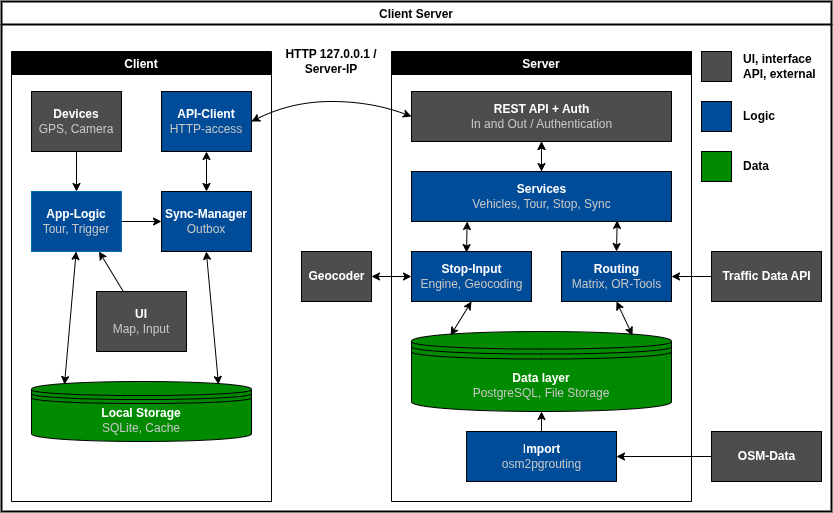
The draw.io diagram docs/architecture/server-client.png in gabrielbindi/VoBi-Tour, before a commit. Source tidied: cells renumbered, new cells last; positions are measured from the earlier drawing's top-left corner, leaving out a move shared by most shapes.
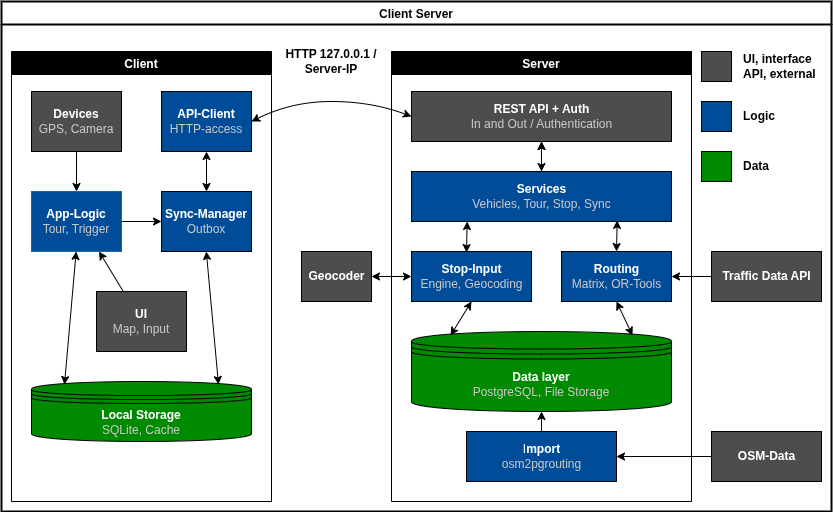
The same file after the commit.

The edit, as a diff of the source:
```diff
@@ -2,125 +2,139 @@
   <root>
     <mxCell id="0" />
     <mxCell id="1" parent="0" />
-    <mxCell id="2" value="Client (QT/QML)" style="swimlane;rounded=0;strokeWidth=2;swimlaneLine=1;strokeColor=#000000;" parent="1" vertex="1">
-      <mxGeometry width="830" height="670" as="geometry" />
+    <mxCell id="2" value="Client (QT/QML)" style="swimlane;rounded=0;strokeWidth=2;swimlaneLine=1;strokeColor=#000000;swimlaneFillColor=#FFFFFF;" parent="1" vertex="1">
+      <mxGeometry width="830" height="650" as="geometry" />
     </mxCell>
     <mxCell id="3" style="whiteSpace=wrap;html=1;fillColor=#4D4D4D;" parent="2" vertex="1">
-      <mxGeometry x="660" y="50" width="30" height="30" as="geometry" />
+      <mxGeometry x="680" y="41" width="30" height="30" as="geometry" />
     </mxCell>
     <mxCell id="4" style="whiteSpace=wrap;html=1;fillColor=#004C99;" parent="2" vertex="1">
-      <mxGeometry x="660" y="100" width="30" height="30" as="geometry" />
+      <mxGeometry x="680" y="91" width="30" height="30" as="geometry" />
     </mxCell>
     <mxCell id="5" style="whiteSpace=wrap;html=1;fillColor=#008A00;" parent="2" vertex="1">
-      <mxGeometry x="660" y="150" width="30" height="30" as="geometry" />
+      <mxGeometry x="680" y="141" width="30" height="30" as="geometry" />
     </mxCell>
     <mxCell id="6" value="&lt;b&gt;UI, interface API, external&lt;/b&gt;" style="text;html=1;strokeColor=none;fillColor=none;align=left;verticalAlign=middle;whiteSpace=wrap;rounded=0;fontColor=#000000;" parent="2" vertex="1">
-      <mxGeometry x="700" y="50" width="140" height="30" as="geometry" />
+      <mxGeometry x="715" y="41" width="110" height="30" as="geometry" />
     </mxCell>
     <mxCell id="7" value="&lt;b&gt;Logic&lt;/b&gt;" style="text;html=1;strokeColor=none;fillColor=none;align=left;verticalAlign=middle;whiteSpace=wrap;rounded=0;fontColor=#000000;" parent="2" vertex="1">
-      <mxGeometry x="700" y="100" width="140" height="30" as="geometry" />
+      <mxGeometry x="715" y="91" width="115" height="30" as="geometry" />
     </mxCell>
     <mxCell id="8" value="&lt;b&gt;Data&lt;/b&gt;" style="text;html=1;strokeColor=none;fillColor=none;align=left;verticalAlign=middle;whiteSpace=wrap;rounded=0;fontColor=#000000;" parent="2" vertex="1">
-      <mxGeometry x="700" y="150" width="140" height="30" as="geometry" />
+      <mxGeometry x="715" y="141" width="115" height="30" as="geometry" />
     </mxCell>
-    <mxCell id="9" value="UI-Layer" style="swimlane;strokeColor=#000000;" parent="2" vertex="1">
-      <mxGeometry x="20" y="40" width="620" height="100" as="geometry" />
+    <mxCell id="9" value="UI-Layer/Devices" style="swimlane;strokeColor=#000000;" parent="2" vertex="1">
+      <mxGeometry x="20" y="41" width="640" height="109" as="geometry" />
     </mxCell>
-    <mxCell id="10" value="&lt;font color=&quot;#ffffff&quot;&gt;&lt;b&gt;Map&lt;/b&gt;&lt;/font&gt;" style="rounded=0;whiteSpace=wrap;html=1;fillColor=#4D4D4D;" parent="9" vertex="1">
-      <mxGeometry x="15" y="39" width="105" height="41" as="geometry" />
+    <mxCell id="10" value="&lt;font style=&quot;font-weight: bold;&quot; color=&quot;#ffffff&quot;&gt;Stop-Input&lt;/font&gt;&lt;br&gt;&lt;font style=&quot;&quot; color=&quot;#c7c7c7&quot;&gt;Picture, manuall&lt;/font&gt;" style="rounded=0;whiteSpace=wrap;html=1;fillColor=#4D4D4D;" parent="9" vertex="1">
+      <mxGeometry x="20" y="39" width="120" height="50" as="geometry" />
     </mxCell>
-    <mxCell id="11" value="&lt;font color=&quot;#ffffff&quot;&gt;&lt;b&gt;Navigation&lt;/b&gt;&lt;/font&gt;" style="rounded=0;whiteSpace=wrap;html=1;fillColor=#4D4D4D;" parent="9" vertex="1">
-      <mxGeometry x="140" y="39" width="105" height="41" as="geometry" />
-    </mxCell>
-    <mxCell id="12" value="&lt;font color=&quot;#ffffff&quot;&gt;&lt;b&gt;Stopp-Input&lt;/b&gt;&lt;/font&gt;" style="rounded=0;whiteSpace=wrap;html=1;fillColor=#4D4D4D;" parent="9" vertex="1">
-      <mxGeometry x="260" y="39" width="105" height="41" as="geometry" />
-    </mxCell>
-    <mxCell id="13" value="&lt;font color=&quot;#ffffff&quot;&gt;&lt;b&gt;Tourlist&lt;/b&gt;&lt;/font&gt;" style="rounded=0;whiteSpace=wrap;html=1;fillColor=#4D4D4D;" parent="9" vertex="1">
-      <mxGeometry x="380" y="39" width="105" height="41" as="geometry" />
-    </mxCell>
-    <mxCell id="14" value="&lt;font color=&quot;#ffffff&quot;&gt;&lt;b&gt;Tourlist&lt;/b&gt;&lt;/font&gt;" style="rounded=0;whiteSpace=wrap;html=1;fillColor=#4D4D4D;" parent="9" vertex="1">
-      <mxGeometry x="500" y="39" width="105" height="41" as="geometry" />
-    </mxCell>
+    <mxCell id="40" value="&lt;font color=&quot;#ffffff&quot;&gt;&lt;b&gt;UI&lt;/b&gt;&lt;/font&gt;&lt;br&gt;&lt;font color=&quot;#c7c7c7&quot;&gt;Map, Tourlist&lt;/font&gt;" style="rounded=0;whiteSpace=wrap;html=1;fillColor=#4D4D4D;" parent="9" vertex="1">
+      <mxGeometry x="180" y="39" width="120" height="50" as="geometry" />
+    </mxCell>
+    <mxCell id="41" value="&lt;font color=&quot;#ffffff&quot;&gt;&lt;b&gt;GPS&lt;br&gt;&lt;/b&gt;&lt;/font&gt;&lt;font color=&quot;#c7c7c7&quot;&gt;Position&lt;/font&gt;" style="rounded=0;whiteSpace=wrap;html=1;fillColor=#4D4D4D;" parent="9" vertex="1">
+      <mxGeometry x="340" y="39" width="120" height="50" as="geometry" />
+    </mxCell>
     <mxCell id="15" value="App-Logic" style="swimlane;strokeColor=#000000;" parent="2" vertex="1">
-      <mxGeometry x="20" y="180" width="620" height="180" as="geometry" />
+      <mxGeometry x="20" y="180" width="640" height="210" as="geometry" />
     </mxCell>
+    <mxCell id="42" style="edgeStyle=none;html=1;strokeColor=#000000;fontColor=#C7C7C7;" parent="15" edge="1" source="16" target="19">
+      <mxGeometry relative="1" as="geometry" />
+    </mxCell>
     <mxCell id="16" value="&lt;font style=&quot;font-weight: bold;&quot; color=&quot;#ffffff&quot;&gt;Tour-Controller&lt;/font&gt;&lt;br&gt;&lt;font style=&quot;&quot; color=&quot;#c7c7c7&quot;&gt;next stop&lt;/font&gt;" style="rounded=0;whiteSpace=wrap;html=1;fillColor=#004C99;" parent="15" vertex="1">
-      <mxGeometry x="15" y="39" width="115" height="51" as="geometry" />
+      <mxGeometry x="180" y="50" width="120" height="51" as="geometry" />
     </mxCell>
+    <mxCell id="43" style="edgeStyle=none;html=1;strokeColor=#000000;fontColor=#C7C7C7;" parent="15" edge="1" source="17" target="16">
+      <mxGeometry relative="1" as="geometry" />
+    </mxCell>
     <mxCell id="17" value="&lt;font style=&quot;font-weight: bold;&quot; color=&quot;#ffffff&quot;&gt;Stop-Controller&lt;/font&gt;&lt;br&gt;&lt;font color=&quot;#c7c7c7&quot;&gt;Pictures, PDF, manuall&lt;/font&gt;" style="rounded=0;whiteSpace=wrap;html=1;fillColor=#004C99;" parent="15" vertex="1">
-      <mxGeometry x="150" y="39" width="115" height="51" as="geometry" />
+      <mxGeometry x="20" y="50" width="120" height="51" as="geometry" />
     </mxCell>
     <mxCell id="18" style="edgeStyle=none;html=1;strokeColor=#000000;fontColor=#C7C7C7;" parent="15" edge="1" source="19" target="21">
       <mxGeometry relative="1" as="geometry" />
     </mxCell>
     <mxCell id="19" value="&lt;font style=&quot;font-weight: bold;&quot; color=&quot;#ffffff&quot;&gt;Snapping&lt;/font&gt;&lt;br&gt;&lt;font style=&quot;&quot; color=&quot;#c7c7c7&quot;&gt;GPS on Route&lt;/font&gt;" style="rounded=0;whiteSpace=wrap;html=1;fillColor=#004C99;" parent="15" vertex="1">
-      <mxGeometry x="15" y="110" width="115" height="51" as="geometry" />
+      <mxGeometry x="340" y="50" width="120" height="51" as="geometry" />
     </mxCell>
     <mxCell id="20" style="edgeStyle=none;html=1;strokeColor=#000000;fontColor=#C7C7C7;" parent="15" edge="1" source="21" target="22">
       <mxGeometry relative="1" as="geometry" />
     </mxCell>
-    <mxCell id="21" value="&lt;font color=&quot;#ffffff&quot;&gt;&lt;b&gt;deviation&lt;/b&gt;&lt;/font&gt;&lt;br&gt;&lt;font color=&quot;#c7c7c7&quot;&gt;Threshold, Timer&lt;/font&gt;" style="rounded=0;whiteSpace=wrap;html=1;fillColor=#004C99;" parent="15" vertex="1">
-      <mxGeometry x="150" y="110" width="115" height="51" as="geometry" />
+    <mxCell id="21" value="&lt;font color=&quot;#ffffff&quot;&gt;&lt;b&gt;Deviation&lt;/b&gt;&lt;/font&gt;&lt;br&gt;&lt;font color=&quot;#c7c7c7&quot;&gt;Threshold, Timer&lt;/font&gt;" style="rounded=0;whiteSpace=wrap;html=1;fillColor=#004C99;" parent="15" vertex="1">
+      <mxGeometry x="500" y="50" width="120" height="51" as="geometry" />
     </mxCell>
-    <mxCell id="22" value="&lt;font color=&quot;#ffffff&quot;&gt;&lt;b&gt;recalculation&lt;/b&gt;&lt;/font&gt;&lt;br&gt;&lt;font color=&quot;#c7c7c7&quot;&gt;Trigger + throttling&lt;/font&gt;" style="rounded=0;whiteSpace=wrap;html=1;fillColor=#004C99;" parent="15" vertex="1">
-      <mxGeometry x="280" y="110" width="115" height="51" as="geometry" />
+    <mxCell id="22" value="&lt;font color=&quot;#ffffff&quot;&gt;&lt;b&gt;Recalculation&lt;/b&gt;&lt;/font&gt;&lt;br&gt;&lt;font color=&quot;#c7c7c7&quot;&gt;Trigger + throttling&lt;/font&gt;" style="rounded=0;whiteSpace=wrap;html=1;fillColor=#004C99;" parent="15" vertex="1">
+      <mxGeometry x="500" y="140" width="120" height="51" as="geometry" />
     </mxCell>
-    <mxCell id="23" style="endArrow=classic;startArrow=classic;html=1;strokeColor=#000000;entryX=0.5;entryY=1;entryDx=0;entryDy=0;exitX=0.5;exitY=0;exitDx=0;exitDy=0;" parent="2" edge="1" source="15" target="9">
-      <mxGeometry relative="1" as="geometry" />
-    </mxCell>
+    <mxCell id="44" style="endArrow=classic;html=1;strokeColor=#000000;fontColor=#C7C7C7;exitX=0;exitY=0.5;exitDx=0;exitDy=0;entryX=0.75;entryY=1;entryDx=0;entryDy=0;" parent="15" edge="1" source="22" target="16">
+      <mxGeometry relative="1" as="geometry">
+        <Array as="points">
+          <mxPoint x="270" y="166" />
+        </Array>
+      </mxGeometry>
+    </mxCell>
     <mxCell id="24" value="Sync + Network" style="swimlane;strokeColor=#000000;" parent="2" vertex="1">
-      <mxGeometry x="340" y="400" width="300" height="180" as="geometry" />
+      <mxGeometry x="340" y="420" width="320" height="210" as="geometry" />
     </mxCell>
     <mxCell id="25" value="&lt;font color=&quot;#ffffff&quot;&gt;&lt;b&gt;Sync-Manager&lt;/b&gt;&lt;/font&gt;&lt;br&gt;&lt;font color=&quot;#c7c7c7&quot;&gt;Outbox, Pull&lt;/font&gt;" style="rounded=0;whiteSpace=wrap;html=1;fillColor=#004C99;" parent="24" vertex="1">
-      <mxGeometry x="17" y="39" width="115" height="51" as="geometry" />
+      <mxGeometry x="20" y="50" width="120" height="51" as="geometry" />
     </mxCell>
     <mxCell id="26" value="&lt;font style=&quot;font-weight: bold;&quot; color=&quot;#ffffff&quot;&gt;API-Client&lt;/font&gt;&lt;br&gt;&lt;font color=&quot;#c7c7c7&quot;&gt;Pictures, PDF, manuall&lt;/font&gt;" style="rounded=0;whiteSpace=wrap;html=1;fillColor=#004C99;" parent="24" vertex="1">
-      <mxGeometry x="160" y="39" width="115" height="51" as="geometry" />
+      <mxGeometry x="180" y="50" width="120" height="51" as="geometry" />
     </mxCell>
     <mxCell id="27" style="edgeStyle=none;html=1;strokeColor=#000000;fontColor=#C7C7C7;" parent="24" edge="1" source="28" target="25">
       <mxGeometry relative="1" as="geometry" />
     </mxCell>
     <mxCell id="28" value="&lt;font color=&quot;#ffffff&quot;&gt;&lt;b&gt;Net-Monitor&lt;/b&gt;&lt;/font&gt;&lt;br&gt;&lt;font color=&quot;#c7c7c7&quot;&gt;online / offline&lt;/font&gt;" style="rounded=0;whiteSpace=wrap;html=1;fillColor=#004C99;" parent="24" vertex="1">
-      <mxGeometry x="15" y="110" width="115" height="51" as="geometry" />
+      <mxGeometry x="20" y="140" width="120" height="51" as="geometry" />
     </mxCell>
     <mxCell id="29" style="endArrow=classic;startArrow=classic;html=1;strokeColor=#000000;entryX=0;entryY=0.5;entryDx=0;entryDy=0;exitX=1;exitY=0.5;exitDx=0;exitDy=0;" parent="24" edge="1" source="25" target="26">
       <mxGeometry relative="1" as="geometry" />
     </mxCell>
-    <mxCell id="30" style="endArrow=classic;startArrow=classic;html=1;strokeColor=#000000;entryX=0.5;entryY=1;entryDx=0;entryDy=0;exitX=0.5;exitY=0;exitDx=0;exitDy=0;" parent="2" edge="1">
-      <mxGeometry relative="1" as="geometry">
-        <mxPoint x="494.7" y="400" as="sourcePoint" />
-        <mxPoint x="494.7" y="360" as="targetPoint" />
-      </mxGeometry>
-    </mxCell>
-    <mxCell id="31" value="Data (local)" style="swimlane;strokeColor=#000000;" parent="2" vertex="1">
-      <mxGeometry x="20" y="400" width="300" height="180" as="geometry" />
+    <mxCell id="31" value="Data" style="swimlane;strokeColor=#000000;" parent="2" vertex="1">
+      <mxGeometry x="20" y="420" width="320" height="210" as="geometry" />
     </mxCell>
     <mxCell id="32" value="&lt;font color=&quot;#ffffff&quot;&gt;&lt;b&gt;SQLite&lt;/b&gt;&lt;/font&gt;&lt;br&gt;&lt;font color=&quot;#c7c7c7&quot;&gt;local data base&lt;/font&gt;" style="rounded=0;whiteSpace=wrap;html=1;fillColor=#008A00;" parent="31" vertex="1">
-      <mxGeometry x="17" y="39" width="115" height="51" as="geometry" />
+      <mxGeometry x="20" y="50" width="120" height="51" as="geometry" />
     </mxCell>
     <mxCell id="33" value="&lt;font color=&quot;#ffffff&quot;&gt;&lt;b&gt;Repository&lt;br&gt;&lt;/b&gt;&lt;/font&gt;&lt;font color=&quot;#c7c7c7&quot;&gt;all DB-accsess&lt;/font&gt;" style="rounded=0;whiteSpace=wrap;html=1;fillColor=#008A00;" parent="31" vertex="1">
-      <mxGeometry x="160" y="39" width="115" height="51" as="geometry" />
+      <mxGeometry x="180" y="50" width="120" height="51" as="geometry" />
     </mxCell>
-    <mxCell id="34" value="&lt;font color=&quot;#ffffff&quot;&gt;&lt;b&gt;Net-Monitor&lt;/b&gt;&lt;/font&gt;&lt;br&gt;&lt;font color=&quot;#c7c7c7&quot;&gt;online / offline&lt;/font&gt;" style="rounded=0;whiteSpace=wrap;html=1;fillColor=#008A00;" parent="31" vertex="1">
-      <mxGeometry x="15" y="110" width="115" height="51" as="geometry" />
-    </mxCell>
-    <mxCell id="35" style="endArrow=classic;startArrow=classic;html=1;strokeColor=#000000;entryX=0;entryY=0.5;entryDx=0;entryDy=0;exitX=1;exitY=0.5;exitDx=0;exitDy=0;" parent="31" edge="1" source="32" target="33">
-      <mxGeometry relative="1" as="geometry" />
-    </mxCell>
     <mxCell id="36" value="&lt;font color=&quot;#ffffff&quot;&gt;&lt;b&gt;Media-Storage&lt;/b&gt;&lt;/font&gt;&lt;br&gt;&lt;font color=&quot;#c7c7c7&quot;&gt;Pictures, PDFs&lt;/font&gt;" style="rounded=0;whiteSpace=wrap;html=1;fillColor=#008A00;" parent="31" vertex="1">
-      <mxGeometry x="160" y="110" width="115" height="51" as="geometry" />
+      <mxGeometry x="180" y="140" width="120" height="51" as="geometry" />
     </mxCell>
     <mxCell id="37" style="endArrow=classic;startArrow=classic;html=1;strokeColor=#000000;entryX=0.5;entryY=1;entryDx=0;entryDy=0;exitX=0.5;exitY=0;exitDx=0;exitDy=0;" parent="31" edge="1" source="36" target="33">
       <mxGeometry relative="1" as="geometry" />
     </mxCell>
-    <mxCell id="38" style="endArrow=classic;startArrow=classic;html=1;strokeColor=#000000;entryX=0.5;entryY=1;entryDx=0;entryDy=0;exitX=0.5;exitY=0;exitDx=0;exitDy=0;" parent="2" edge="1">
-      <mxGeometry relative="1" as="geometry">
-        <mxPoint x="169.7" y="400" as="sourcePoint" />
-        <mxPoint x="169.7" y="360" as="targetPoint" />
-      </mxGeometry>
-    </mxCell>
-    <mxCell id="39" value="&lt;font style=&quot;font-weight: bold;&quot; color=&quot;#ffffff&quot;&gt;Devices-Service&lt;/font&gt;&lt;br&gt;&lt;font style=&quot;&quot; color=&quot;#c7c7c7&quot;&gt;GPS, Camera, Datachoose (by UI and Logic used)&lt;/font&gt;" style="rounded=0;whiteSpace=wrap;html=1;fillColor=#4D4D4D;" parent="2" vertex="1">
-      <mxGeometry x="20" y="600" width="620" height="50" as="geometry" />
-    </mxCell>
+    <mxCell id="45" style="edgeStyle=none;html=1;strokeColor=#000000;fontColor=#C7C7C7;" parent="2" edge="1" source="10" target="17">
+      <mxGeometry relative="1" as="geometry" />
+    </mxCell>
+    <mxCell id="46" style="edgeStyle=none;html=1;strokeColor=#000000;fontColor=#C7C7C7;" parent="2" edge="1" source="41" target="19">
+      <mxGeometry relative="1" as="geometry" />
+    </mxCell>
+    <mxCell id="47" style="endArrow=classic;html=1;strokeColor=#000000;fontColor=#C7C7C7;exitX=0.25;exitY=1;exitDx=0;exitDy=0;entryX=0.25;entryY=0;entryDx=0;entryDy=0;" parent="2" edge="1" source="16" target="33">
+      <mxGeometry relative="1" as="geometry" />
+    </mxCell>
+    <mxCell id="48" style="endArrow=classic;html=1;strokeColor=#000000;fontColor=#C7C7C7;exitX=0.5;exitY=1;exitDx=0;exitDy=0;" parent="2" edge="1" source="17" target="32">
+      <mxGeometry relative="1" as="geometry" />
+    </mxCell>
+    <mxCell id="49" style="endArrow=classic;html=1;strokeColor=#000000;fontColor=#C7C7C7;exitX=0.75;exitY=1;exitDx=0;exitDy=0;entryX=0.08;entryY=0.002;entryDx=0;entryDy=0;entryPerimeter=0;" parent="2" edge="1" source="17" target="33">
+      <mxGeometry relative="1" as="geometry">
+        <Array as="points">
+          <mxPoint x="130" y="360" />
+          <mxPoint x="210" y="360" />
+        </Array>
+      </mxGeometry>
+    </mxCell>
+    <mxCell id="50" style="endArrow=classic;html=1;strokeColor=#000000;fontColor=#C7C7C7;exitX=0.5;exitY=1;exitDx=0;exitDy=0;entryX=0.5;entryY=0;entryDx=0;entryDy=0;" parent="2" edge="1" source="16" target="25">
+      <mxGeometry relative="1" as="geometry">
+        <Array as="points">
+          <mxPoint x="260" y="370" />
+          <mxPoint x="420" y="370" />
+        </Array>
+      </mxGeometry>
+    </mxCell>
+    <mxCell id="51" style="endArrow=classic;startArrow=classic;html=1;strokeColor=#000000;fontColor=#C7C7C7;entryX=0.5;entryY=1;entryDx=0;entryDy=0;exitX=0.5;exitY=0;exitDx=0;exitDy=0;" parent="2" edge="1" source="16" target="40">
+      <mxGeometry relative="1" as="geometry" />
+    </mxCell>
   </root>
 </mxGraphModel>
```
